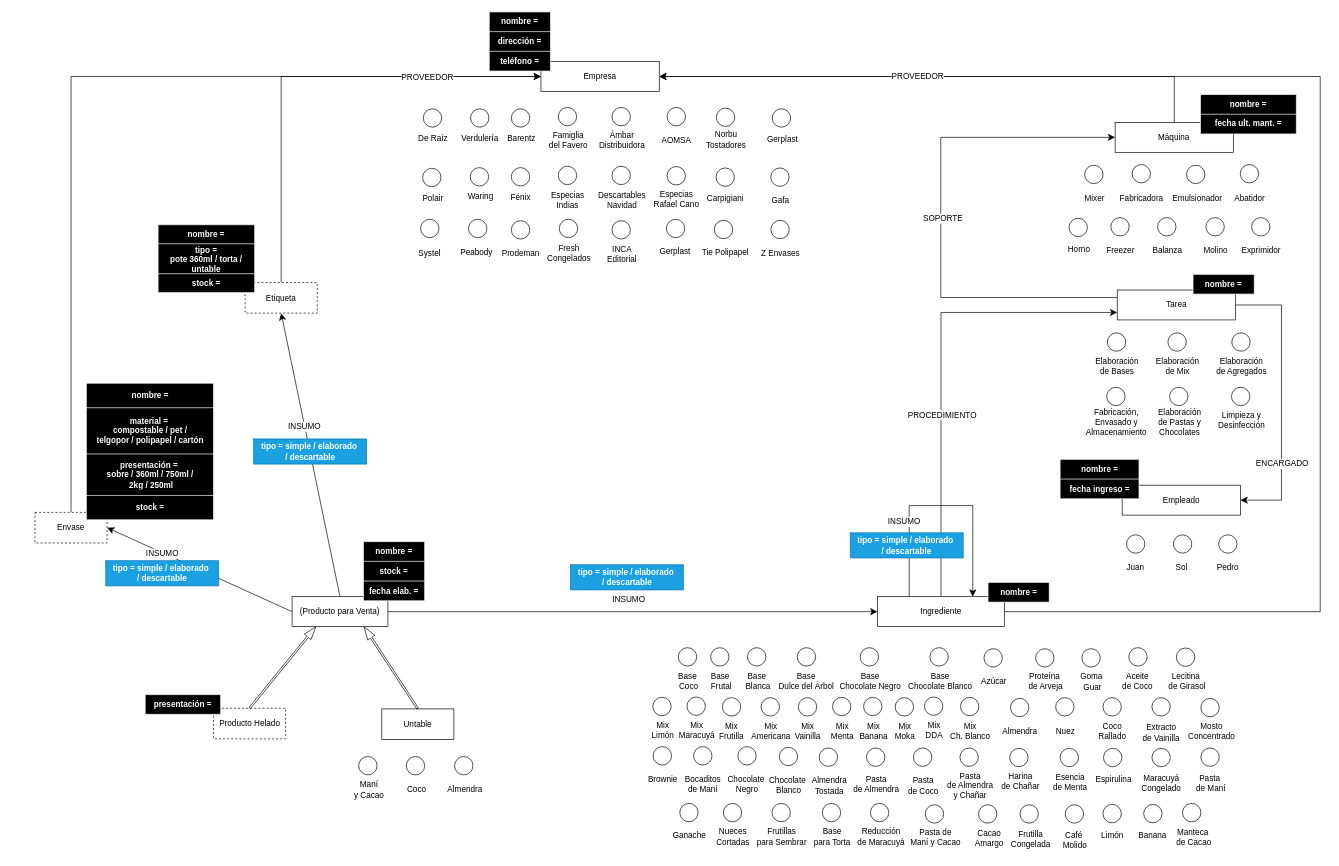
Earlier version of the draw.io diagram Modelo Heladería.drawio (franualba/diagrams). Source tidied: cells renumbered, new cells numbered last; positions are measured from the earlier drawing's top-left corner, leaving out a move shared by most shapes. Both pictures are drawn from the tidied source at 68%, with x=0, y=0 at pixel (35, 12).
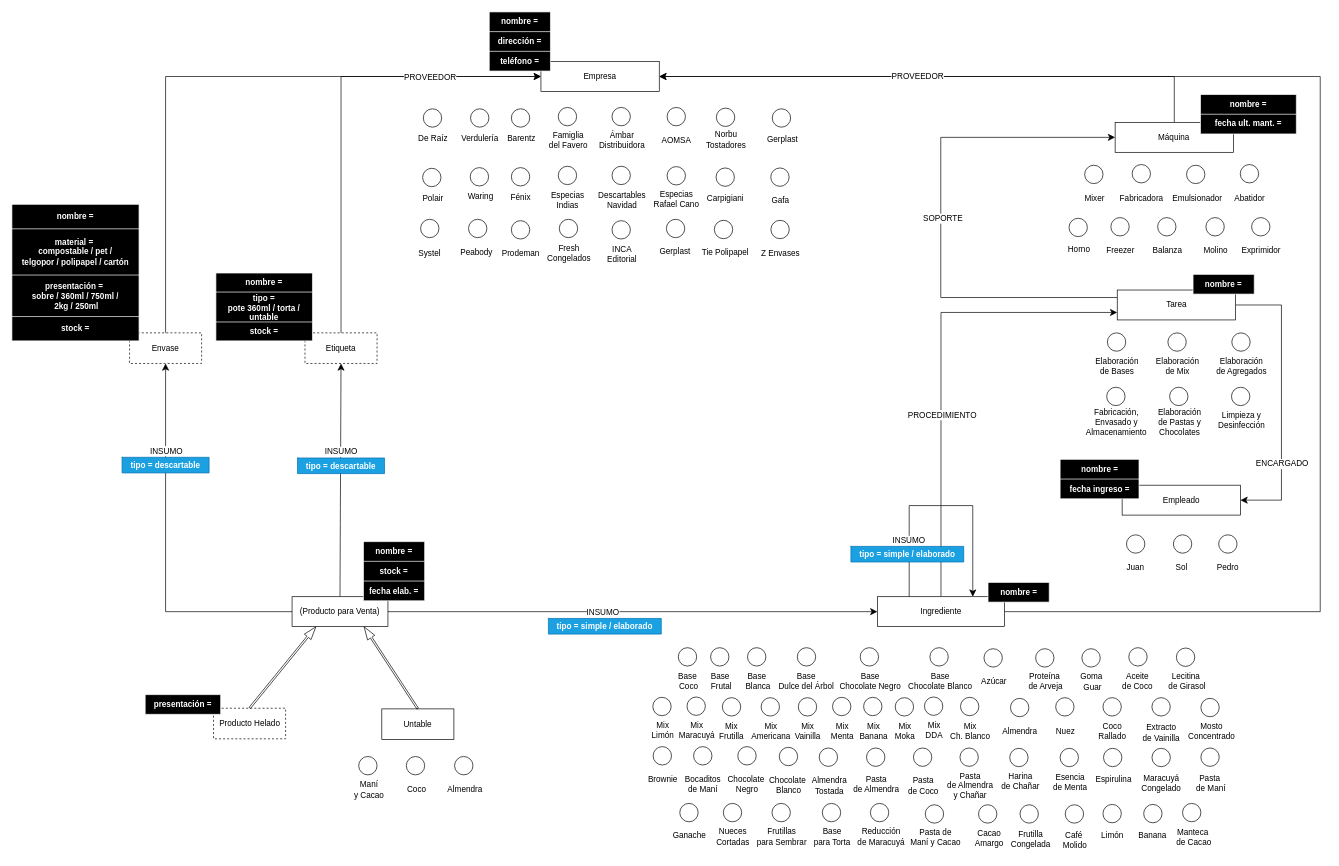
The same page after the edit.

The change refers to these unchanged cells:
```xml
<mxCell id="2" style="edgeStyle=none;curved=1;rounded=0;jettySize=auto;html=1;exitX=0.5;exitY=0;exitDx=0;exitDy=0;fontSize=12;startSize=8;endSize=8;entryX=0.5;entryY=1;entryDx=0;entryDy=0;" parent="1" edge="1" source="4" target="127">
  <mxGeometry relative="1" as="geometry" />
</mxCell>
<mxCell id="4" value="(Producto para Venta)" style="rounded=0;whiteSpace=wrap;html=1;fillStyle=auto;" parent="1" vertex="1">
  <mxGeometry x="378" y="860" width="141" height="44" as="geometry" />
</mxCell>
<mxCell id="73" style="edgeStyle=orthogonalEdgeStyle;rounded=0;jettySize=auto;html=1;exitX=1;exitY=0.5;exitDx=0;exitDy=0;entryX=0;entryY=0.5;entryDx=0;entryDy=0;fontSize=12;startSize=8;endSize=8;" parent="1" edge="1" source="4" target="9">
  <mxGeometry relative="1" as="geometry" />
</mxCell>
<mxCell id="273" style="edgeStyle=elbowEdgeStyle;rounded=0;orthogonalLoop=1;jettySize=auto;html=1;exitX=0.25;exitY=0;exitDx=0;exitDy=0;entryX=0.75;entryY=0;entryDx=0;entryDy=0;fontSize=12;startSize=8;endSize=8;elbow=vertical;" parent="1" edge="1" source="9" target="9">
  <mxGeometry relative="1" as="geometry">
    <Array as="points">
      <mxPoint x="1325.8" y="726" />
    </Array>
  </mxGeometry>
</mxCell>
```

The edit, as a diff of the source:
```diff
@@
     <mxCell id="3" value="INSUMO" style="edgeLabel;html=1;align=center;verticalAlign=middle;fontSize=12;" parent="2" vertex="1">
       <mxGeometry x="0.01" y="-1" relative="1" as="geometry">
-        <mxPoint x="-10" y="-40" as="offset" />
+        <mxPoint x="-1" y="-41" as="offset" />
       </mxGeometry>
     </mxCell>
@@
     <mxCell id="74" value="INSUMO" style="edgeLabel;html=1;align=center;verticalAlign=middle;fontSize=12;" parent="73" vertex="1">
       <mxGeometry x="-0.01" y="1" relative="1" as="geometry">
-        <mxPoint x="-3" y="-17" as="offset" />
+        <mxPoint x="-41" y="1" as="offset" />
       </mxGeometry>
     </mxCell>
@@
     <mxCell id="76" value="Envase" style="rounded=0;whiteSpace=wrap;html=1;dashed=1;" parent="1" vertex="1">
-      <mxGeometry y="736" width="106" height="45" as="geometry" />
+      <mxGeometry x="139" y="472" width="106" height="45" as="geometry" />
     </mxCell>
@@
-    <mxCell id="82" style="edgeStyle=none;curved=1;rounded=0;jettySize=auto;html=1;exitX=0;exitY=0.5;exitDx=0;exitDy=0;entryX=1;entryY=0.5;entryDx=0;entryDy=0;fontSize=12;startSize=8;endSize=8;" parent="1" edge="1" source="4" target="76">
+    <mxCell id="82" style="edgeStyle=orthogonalEdgeStyle;rounded=0;jettySize=auto;html=1;exitX=0;exitY=0.5;exitDx=0;exitDy=0;entryX=0.5;entryY=1;entryDx=0;entryDy=0;fontSize=12;startSize=8;endSize=8;" parent="1" edge="1" source="4" target="76">
       <mxGeometry relative="1" as="geometry" />
     </mxCell>
     <mxCell id="83" value="INSUMO" style="edgeLabel;html=1;align=center;verticalAlign=middle;fontSize=12;" parent="82" vertex="1">
       <mxGeometry x="-0.01" y="1" relative="1" as="geometry">
-        <mxPoint x="-56" y="-25" as="offset" />
+        <mxPoint x="1" y="-150" as="offset" />
       </mxGeometry>
     </mxCell>
@@
     <mxCell id="105" style="shape=table;startSize=0;childLayout=tableLayout;fillColor=#000000;strokeColor=#FFFFFF;fontColor=#FFFFFF;labelPosition=left;verticalLabelPosition=middle;align=right;verticalAlign=middle;" parent="1" vertex="1">
-      <mxGeometry x="75.5" y="546.1" width="187" height="200.8" as="geometry" />
+      <mxGeometry x="-34" y="283" width="187" height="200.8" as="geometry" />
     </mxCell>
@@
     <mxCell id="127" value="Etiqueta" style="rounded=0;whiteSpace=wrap;html=1;dashed=1;" parent="1" vertex="1">
-      <mxGeometry x="309" y="398" width="106" height="45" as="geometry" />
+      <mxGeometry x="397" y="472" width="106" height="45" as="geometry" />
     </mxCell>
@@
     <mxCell id="144" style="shape=table;startSize=0;childLayout=tableLayout;fillColor=#000000;strokeColor=#FFFFFF;fontColor=#FFFFFF;labelPosition=left;verticalLabelPosition=middle;align=right;verticalAlign=middle;" parent="1" vertex="1">
-      <mxGeometry x="181" y="313" width="142" height="99.8" as="geometry" />
+      <mxGeometry x="266" y="384" width="142" height="99.8" as="geometry" />
     </mxCell>
@@
     <mxCell id="274" value="INSUMO" style="edgeLabel;html=1;align=center;verticalAlign=middle;fontSize=12;" parent="273" vertex="1">
       <mxGeometry x="-0.1" y="-1" relative="1" as="geometry">
-        <mxPoint x="-37" y="22" as="offset" />
+        <mxPoint x="-30" y="50" as="offset" />
       </mxGeometry>
     </mxCell>
-    <mxCell id="275" style="shape=table;startSize=0;childLayout=tableLayout;fillColor=#1ba1e2;strokeColor=#006EAF;labelPosition=left;verticalLabelPosition=middle;align=right;verticalAlign=middle;fontColor=#ffffff;" parent="1" vertex="1">
-      <mxGeometry x="321.5" y="628" width="166" height="37" as="geometry" />
-    </mxCell>
-    <mxCell id="276" style="shape=tableRow;horizontal=0;startSize=0;swimlaneHead=0;swimlaneBody=0;strokeColor=inherit;top=0;left=0;bottom=0;right=0;fillColor=none;" parent="275" vertex="1">
-      <mxGeometry width="166" height="37" as="geometry" />
-    </mxCell>
-    <mxCell id="277" value="&lt;div&gt;&lt;font color=&quot;#ffffff&quot;&gt;tipo = simple / elaborado&amp;nbsp;&lt;/font&gt;&lt;/div&gt;&lt;div&gt;&lt;font color=&quot;#ffffff&quot;&gt;/ descartable&lt;/font&gt;&lt;/div&gt;" style="shape=partialRectangle;html=1;whiteSpace=wrap;strokeColor=inherit;overflow=hidden;fillColor=none;top=0;left=0;bottom=0;right=0;fontStyle=1;fontSize=12;" parent="276" vertex="1">
-      <mxGeometry width="166" height="37" as="geometry" />
-    </mxCell>
     <mxCell id="278" style="shape=table;startSize=0;childLayout=tableLayout;fillColor=#1ba1e2;strokeColor=#006EAF;labelPosition=left;verticalLabelPosition=middle;align=right;verticalAlign=middle;fontColor=#ffffff;" parent="1" vertex="1">
-      <mxGeometry x="104" y="807" width="166" height="37" as="geometry" />
+      <mxGeometry x="128" y="655" width="128" height="23" as="geometry" />
     </mxCell>
     <mxCell id="279" style="shape=tableRow;horizontal=0;startSize=0;swimlaneHead=0;swimlaneBody=0;strokeColor=inherit;top=0;left=0;bottom=0;right=0;fillColor=none;" parent="278" vertex="1">
-      <mxGeometry width="166" height="37" as="geometry" />
+      <mxGeometry width="128" height="23" as="geometry" />
     </mxCell>
-    <mxCell id="280" value="&lt;div&gt;&lt;font color=&quot;#ffffff&quot;&gt;tipo = simple / elaborado&amp;nbsp;&lt;/font&gt;&lt;/div&gt;&lt;div&gt;&lt;font color=&quot;#ffffff&quot;&gt;/ descartable&lt;/font&gt;&lt;/div&gt;" style="shape=partialRectangle;html=1;whiteSpace=wrap;strokeColor=inherit;overflow=hidden;fillColor=none;top=0;left=0;bottom=0;right=0;fontStyle=1;fontSize=12;" parent="279" vertex="1">
-      <mxGeometry width="166" height="37" as="geometry" />
+    <mxCell id="280" value="&lt;div&gt;&lt;font color=&quot;#ffffff&quot;&gt;tipo = descartable&lt;/font&gt;&lt;/div&gt;" style="shape=partialRectangle;html=1;whiteSpace=wrap;strokeColor=inherit;overflow=hidden;fillColor=none;top=0;left=0;bottom=0;right=0;fontStyle=1;fontSize=12;" parent="279" vertex="1">
+      <mxGeometry width="128" height="23" as="geometry" />
     </mxCell>
     <mxCell id="281" style="shape=table;startSize=0;childLayout=tableLayout;fillColor=#1ba1e2;strokeColor=#006EAF;labelPosition=left;verticalLabelPosition=middle;align=right;verticalAlign=middle;fontColor=#ffffff;" parent="1" vertex="1">
-      <mxGeometry x="787.5" y="813" width="166" height="37" as="geometry" />
+      <mxGeometry x="755" y="892" width="166" height="23" as="geometry" />
     </mxCell>
     <mxCell id="282" style="shape=tableRow;horizontal=0;startSize=0;swimlaneHead=0;swimlaneBody=0;strokeColor=inherit;top=0;left=0;bottom=0;right=0;fillColor=none;" parent="281" vertex="1">
-      <mxGeometry width="166" height="37" as="geometry" />
+      <mxGeometry width="166" height="23" as="geometry" />
     </mxCell>
-    <mxCell id="283" value="&lt;div&gt;&lt;font color=&quot;#ffffff&quot;&gt;tipo = simple / elaborado&amp;nbsp;&lt;/font&gt;&lt;/div&gt;&lt;div&gt;&lt;font color=&quot;#ffffff&quot;&gt;/ descartable&lt;/font&gt;&lt;/div&gt;" style="shape=partialRectangle;html=1;whiteSpace=wrap;strokeColor=inherit;overflow=hidden;fillColor=none;top=0;left=0;bottom=0;right=0;fontStyle=1;fontSize=12;" parent="282" vertex="1">
-      <mxGeometry width="166" height="37" as="geometry" />
+    <mxCell id="283" value="&lt;div&gt;&lt;font color=&quot;#ffffff&quot;&gt;tipo = simple / elaborado&lt;/font&gt;&lt;/div&gt;" style="shape=partialRectangle;html=1;whiteSpace=wrap;strokeColor=inherit;overflow=hidden;fillColor=none;top=0;left=0;bottom=0;right=0;fontStyle=1;fontSize=12;" parent="282" vertex="1">
+      <mxGeometry width="166" height="23" as="geometry" />
     </mxCell>
-    <mxCell id="284" style="shape=table;startSize=0;childLayout=tableLayout;fillColor=#1ba1e2;strokeColor=#006EAF;labelPosition=left;verticalLabelPosition=middle;align=right;verticalAlign=middle;fontColor=#ffffff;" parent="1" vertex="1">
-      <mxGeometry x="1199" y="766" width="166" height="37" as="geometry" />
-    </mxCell>
-    <mxCell id="285" style="shape=tableRow;horizontal=0;startSize=0;swimlaneHead=0;swimlaneBody=0;strokeColor=inherit;top=0;left=0;bottom=0;right=0;fillColor=none;" parent="284" vertex="1">
-      <mxGeometry width="166" height="37" as="geometry" />
-    </mxCell>
-    <mxCell id="286" value="&lt;div&gt;&lt;font color=&quot;#ffffff&quot;&gt;tipo = simple / elaborado&amp;nbsp;&lt;/font&gt;&lt;/div&gt;&lt;div&gt;&lt;font color=&quot;#ffffff&quot;&gt;/ descartable&lt;/font&gt;&lt;/div&gt;" style="shape=partialRectangle;html=1;whiteSpace=wrap;strokeColor=inherit;overflow=hidden;fillColor=none;top=0;left=0;bottom=0;right=0;fontStyle=1;fontSize=12;" parent="285" vertex="1">
-      <mxGeometry width="166" height="37" as="geometry" />
-    </mxCell>
+    <mxCell id="287" style="shape=table;startSize=0;childLayout=tableLayout;fillColor=#1ba1e2;strokeColor=#006EAF;labelPosition=left;verticalLabelPosition=middle;align=right;verticalAlign=middle;fontColor=#ffffff;" parent="1" vertex="1">
+      <mxGeometry x="1199.8" y="786" width="166" height="23" as="geometry" />
+    </mxCell>
+    <mxCell id="288" style="shape=tableRow;horizontal=0;startSize=0;swimlaneHead=0;swimlaneBody=0;strokeColor=inherit;top=0;left=0;bottom=0;right=0;fillColor=none;" parent="287" vertex="1">
+      <mxGeometry width="166" height="23" as="geometry" />
+    </mxCell>
+    <mxCell id="289" value="&lt;div&gt;&lt;font color=&quot;#ffffff&quot;&gt;tipo = simple / elaborado&lt;/font&gt;&lt;/div&gt;" style="shape=partialRectangle;html=1;whiteSpace=wrap;strokeColor=inherit;overflow=hidden;fillColor=none;top=0;left=0;bottom=0;right=0;fontStyle=1;fontSize=12;" parent="288" vertex="1">
+      <mxGeometry width="166" height="23" as="geometry" />
+    </mxCell>
+    <mxCell id="290" style="shape=table;startSize=0;childLayout=tableLayout;fillColor=#1ba1e2;strokeColor=#006EAF;labelPosition=left;verticalLabelPosition=middle;align=right;verticalAlign=middle;fontColor=#ffffff;" parent="1" vertex="1">
+      <mxGeometry x="386" y="656" width="128" height="23" as="geometry" />
+    </mxCell>
+    <mxCell id="291" style="shape=tableRow;horizontal=0;startSize=0;swimlaneHead=0;swimlaneBody=0;strokeColor=inherit;top=0;left=0;bottom=0;right=0;fillColor=none;" parent="290" vertex="1">
+      <mxGeometry width="128" height="23" as="geometry" />
+    </mxCell>
+    <mxCell id="292" value="&lt;div&gt;&lt;font color=&quot;#ffffff&quot;&gt;tipo = descartable&lt;/font&gt;&lt;/div&gt;" style="shape=partialRectangle;html=1;whiteSpace=wrap;strokeColor=inherit;overflow=hidden;fillColor=none;top=0;left=0;bottom=0;right=0;fontStyle=1;fontSize=12;" parent="291" vertex="1">
+      <mxGeometry width="128" height="23" as="geometry" />
+    </mxCell>
```
